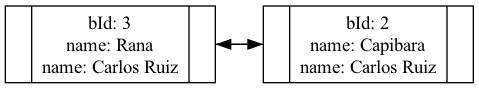
Above: Proyecto1/reports/doubly_linked_list.png in marcosbondel/IPC2_ProyectoVD2024_202202410 (Graphviz), before the change. Its source is kept beside it as Proyecto1/dot_reports/doubly_linked_list.dot.
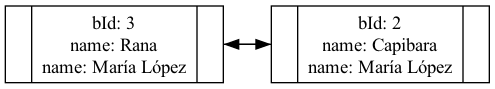
After the commit.

What changed in the source:
```diff
@@ -1,8 +1,8 @@
 digraph G {
             rankdir=LR;
             node[shape=record, height=.1]
-        nodo1[label="{<f1>|bId: 3\nname: Rana\nname: Carlos Ruiz\n|<f2>}"];
-nodo2[label="{<f1>|bId: 2\nname: Capibara\nname: Carlos Ruiz\n|<f2>}"];
+        nodo1[label="{<f1>|bId: 3\nname: Rana\nname: María López\n|<f2>}"];
+nodo2[label="{<f1>|bId: 2\nname: Capibara\nname: María López\n|<f2>}"];
 nodo1:f2 -> nodo2:f1;
 nodo2:f1 -> nodo1:f2;
 }
```
